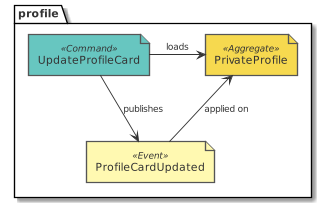
Above: paper/design_profile_eventstorming_update_profile_card.png in tmorin/dorders (PlantUML), before the change.
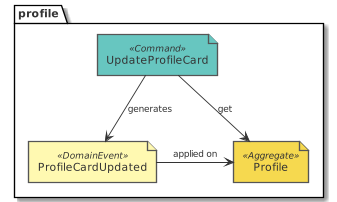
After the change.

Diff of the diagram source:
```diff
@@ -3,10 +3,10 @@
 !include ../.gdiag/plantuml-libs/eventstorming/eventstorming-all.puml
 package profile {
   command('UpdateProfileCard')
-  event('ProfileCardUpdated')
-  aggregate('PrivateProfile')
+  domain_event('ProfileCardUpdated')
+  aggregate('Profile')
 }
-UpdateProfileCard --> ProfileCardUpdated : publishes
-UpdateProfileCard -r-> PrivateProfile : loads
-ProfileCardUpdated -u-> PrivateProfile : applied on
+UpdateProfileCard --> ProfileCardUpdated : generates
+UpdateProfileCard --> Profile : get
+ProfileCardUpdated -r-> Profile : applied on
 @enduml
```
